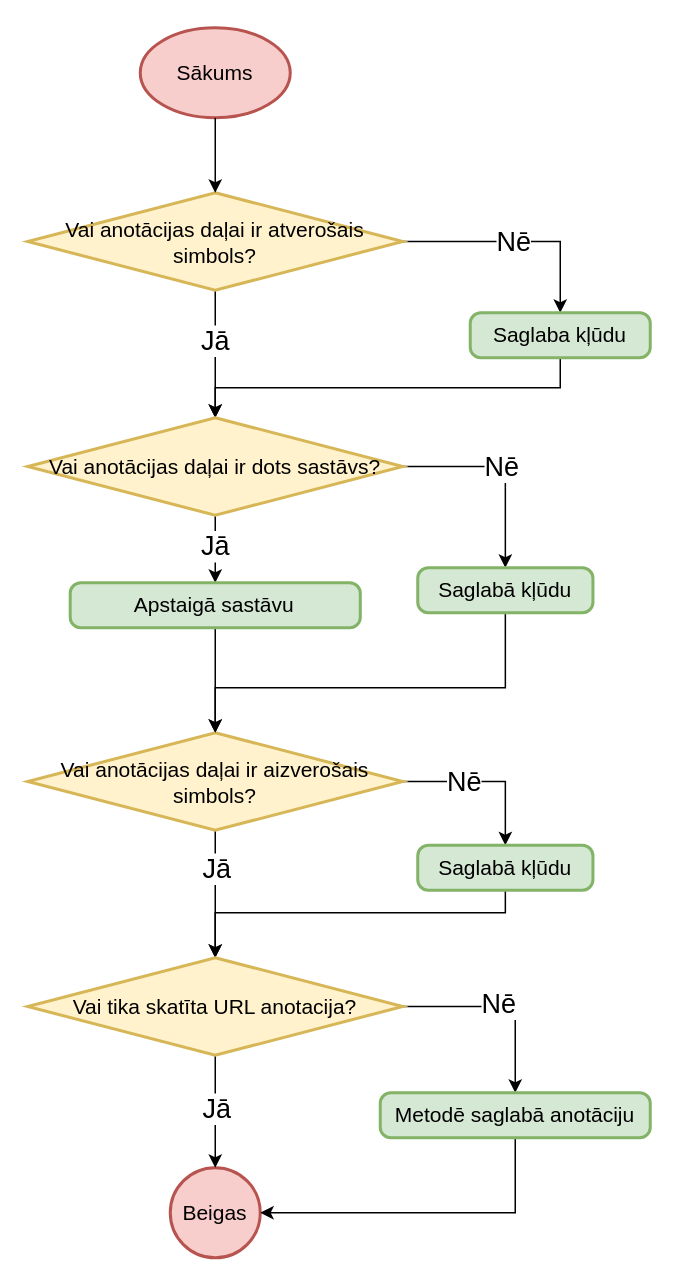
Earlier version of the draw.io diagram page "Anotācijas daļu kompilešana" (6 of 10) of src/Kvalifikacijas darbs/Diagrammas/Kompilators/Metodes.drawio (artiks12/webAppOS). Source tidied: cells renumbered, new cells numbered last; positions are measured from the earlier drawing's top-left corner, leaving out a move shared by most shapes. Both pictures are drawn from the tidied source at 150%, with x=0, y=0 at pixel (27, 27).
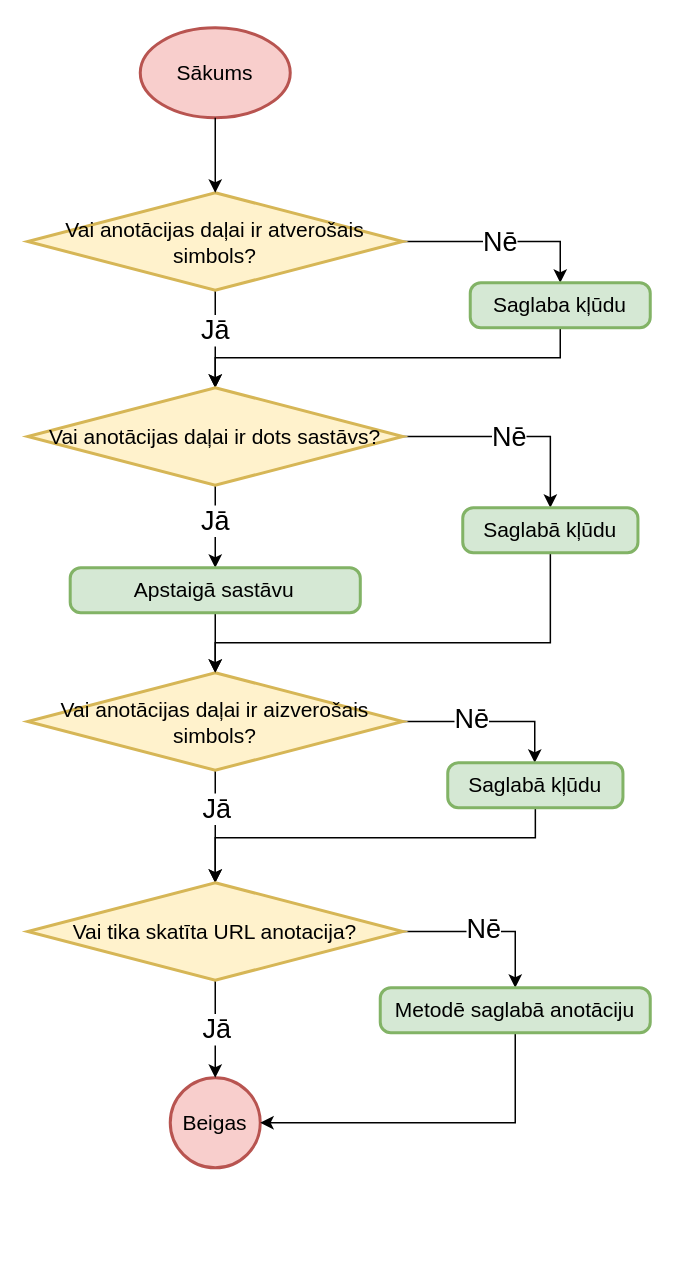
The same page after the edit.

Change to the diagram source:
```diff
@@
     <mxCell id="9" style="edgeStyle=orthogonalEdgeStyle;rounded=0;jettySize=auto;html=1;entryX=0.5;entryY=0;entryDx=0;entryDy=0;entryPerimeter=0;exitX=0.5;exitY=1;exitDx=0;exitDy=0;" parent="1" edge="1" source="10" target="15">
       <mxGeometry relative="1" as="geometry">
         <Array as="points">
-          <mxPoint x="355.5" y="240" />
-          <mxPoint x="125.5" y="240" />
+          <mxPoint x="125" y="220" />
         </Array>
       </mxGeometry>
     </mxCell>
     <mxCell id="10" value="Saglaba kļūdu" style="rounded=1;whiteSpace=wrap;html=1;absoluteArcSize=1;arcSize=14;strokeWidth=2;fontSize=14;fillColor=#d5e8d4;strokeColor=#82b366;" parent="1" vertex="1">
-      <mxGeometry x="295" y="190" width="120" height="30" as="geometry" />
+      <mxGeometry x="295" y="170" width="120" height="30" as="geometry" />
     </mxCell>
     <mxCell id="11" style="edgeStyle=orthogonalEdgeStyle;rounded=0;jettySize=auto;html=1;exitX=1;exitY=0.5;exitDx=0;exitDy=0;exitPerimeter=0;entryX=0.5;entryY=0;entryDx=0;entryDy=0;" parent="1" edge="1" source="15" target="17">
       <mxGeometry relative="1" as="geometry">
         <Array as="points">
-          <mxPoint x="318" y="293" />
+          <mxPoint x="348" y="273" />
         </Array>
       </mxGeometry>
     </mxCell>
@@
     <mxCell id="15" value="Vai anotācijas daļai ir dots sastāvs?" style="strokeWidth=2;html=1;shape=mxgraph.flowchart.decision;whiteSpace=wrap;fontSize=14;fillColor=#fff2cc;strokeColor=#d6b656;" parent="1" vertex="1">
-      <mxGeometry y="260" width="250" height="65" as="geometry" />
+      <mxGeometry y="240" width="250" height="65" as="geometry" />
     </mxCell>
     <mxCell id="16" style="edgeStyle=orthogonalEdgeStyle;rounded=0;jettySize=auto;html=1;entryX=0.5;entryY=0;entryDx=0;entryDy=0;exitX=0.5;exitY=1;exitDx=0;exitDy=0;entryPerimeter=0;" parent="1" edge="1" source="17" target="20">
       <mxGeometry relative="1" as="geometry">
         <Array as="points">
-          <mxPoint x="318" y="440" />
-          <mxPoint x="125" y="440" />
+          <mxPoint x="348" y="410" />
+          <mxPoint x="125" y="410" />
         </Array>
       </mxGeometry>
     </mxCell>
     <mxCell id="17" value="Saglabā kļūdu" style="rounded=1;whiteSpace=wrap;html=1;absoluteArcSize=1;arcSize=14;strokeWidth=2;fontSize=14;fillColor=#d5e8d4;strokeColor=#82b366;" parent="1" vertex="1">
-      <mxGeometry x="260" y="360" width="116.8" height="30" as="geometry" />
+      <mxGeometry x="290" y="320" width="116.8" height="30" as="geometry" />
     </mxCell>
@@
     <mxCell id="19" style="edgeStyle=orthogonalEdgeStyle;rounded=0;jettySize=auto;html=1;" parent="1" edge="1" source="20" target="25">
-      <mxGeometry relative="1" as="geometry" />
+      <mxGeometry relative="1" as="geometry">
+        <Array as="points">
+          <mxPoint x="338" y="463" />
+        </Array>
+      </mxGeometry>
     </mxCell>
     <mxCell id="20" value="Vai anotācijas daļai ir aizverošais simbols?" style="strokeWidth=2;html=1;shape=mxgraph.flowchart.decision;whiteSpace=wrap;fontSize=14;fillColor=#fff2cc;strokeColor=#d6b656;" parent="1" vertex="1">
-      <mxGeometry y="470" width="250" height="65" as="geometry" />
+      <mxGeometry y="430" width="250" height="65" as="geometry" />
     </mxCell>
@@
     <mxCell id="22" value="Apstaigā sastāvu" style="rounded=1;whiteSpace=wrap;html=1;absoluteArcSize=1;arcSize=14;strokeWidth=2;fontSize=14;fillColor=#d5e8d4;strokeColor=#82b366;" parent="1" vertex="1">
-      <mxGeometry x="28.3" y="370" width="193.4" height="30" as="geometry" />
+      <mxGeometry x="28.3" y="360" width="193.4" height="30" as="geometry" />
     </mxCell>
     <mxCell id="23" value="&lt;font style=&quot;font-size: 18px&quot;&gt;Jā&lt;/font&gt;" style="edgeLabel;html=1;align=center;verticalAlign=middle;" parent="1" vertex="1">
-      <mxGeometry x="125" y="560" as="geometry" />
+      <mxGeometry x="125" y="520" as="geometry" />
     </mxCell>
     <mxCell id="24" style="edgeStyle=orthogonalEdgeStyle;rounded=0;jettySize=auto;html=1;entryX=0.5;entryY=0;entryDx=0;entryDy=0;entryPerimeter=0;exitX=0.5;exitY=1;exitDx=0;exitDy=0;" parent="1" edge="1" source="25" target="32">
       <mxGeometry relative="1" as="geometry">
         <Array as="points">
-          <mxPoint x="318" y="590" />
-          <mxPoint x="125" y="590" />
+          <mxPoint x="338" y="540" />
+          <mxPoint x="125" y="540" />
         </Array>
       </mxGeometry>
     </mxCell>
     <mxCell id="25" value="Saglabā kļūdu" style="rounded=1;whiteSpace=wrap;html=1;absoluteArcSize=1;arcSize=14;strokeWidth=2;fontSize=14;fillColor=#d5e8d4;strokeColor=#82b366;" parent="1" vertex="1">
-      <mxGeometry x="260" y="545" width="116.8" height="30" as="geometry" />
+      <mxGeometry x="280" y="490" width="116.8" height="30" as="geometry" />
     </mxCell>
     <mxCell id="26" value="&lt;font style=&quot;font-size: 18px&quot;&gt;Nē&lt;/font&gt;" style="edgeLabel;html=1;align=center;verticalAlign=middle;" parent="1" vertex="1">
-      <mxGeometry x="290" y="502.5" as="geometry" />
+      <mxGeometry x="295" y="460" as="geometry" />
     </mxCell>
     <mxCell id="27" value="Beigas" style="strokeWidth=2;html=1;shape=mxgraph.flowchart.start_2;whiteSpace=wrap;fontSize=14;fillColor=#f8cecc;strokeColor=#b85450;" parent="1" vertex="1">
-      <mxGeometry x="95" y="760" width="60" height="60" as="geometry" />
+      <mxGeometry x="95" y="700" width="60" height="60" as="geometry" />
     </mxCell>
@@
-    <mxCell id="30" style="edgeStyle=orthogonalEdgeStyle;rounded=0;jettySize=auto;html=1;entryX=0.5;entryY=0;entryDx=0;entryDy=0;" parent="1" edge="1" source="32" target="34">
+    <mxCell id="30" style="edgeStyle=orthogonalEdgeStyle;rounded=0;jettySize=auto;html=1;entryX=0.5;entryY=0;entryDx=0;entryDy=0;exitX=1;exitY=0.5;exitDx=0;exitDy=0;exitPerimeter=0;" parent="1" edge="1" source="32" target="34">
       <mxGeometry relative="1" as="geometry">
         <Array as="points">
-          <mxPoint x="325" y="653" />
+          <mxPoint x="325" y="603" />
         </Array>
       </mxGeometry>
     </mxCell>
@@
     <mxCell id="32" value="Vai tika skatīta URL anotacija?" style="strokeWidth=2;html=1;shape=mxgraph.flowchart.decision;whiteSpace=wrap;fontSize=14;fillColor=#fff2cc;strokeColor=#d6b656;" parent="1" vertex="1">
-      <mxGeometry y="620" width="250" height="65" as="geometry" />
+      <mxGeometry y="570" width="250" height="65" as="geometry" />
     </mxCell>
@@
     <mxCell id="34" value="Metodē saglabā anotāciju" style="rounded=1;whiteSpace=wrap;html=1;absoluteArcSize=1;arcSize=14;strokeWidth=2;fontSize=14;fillColor=#d5e8d4;strokeColor=#82b366;" parent="1" vertex="1">
-      <mxGeometry x="235" y="710" width="180" height="30" as="geometry" />
+      <mxGeometry x="235" y="640" width="180" height="30" as="geometry" />
     </mxCell>
```
